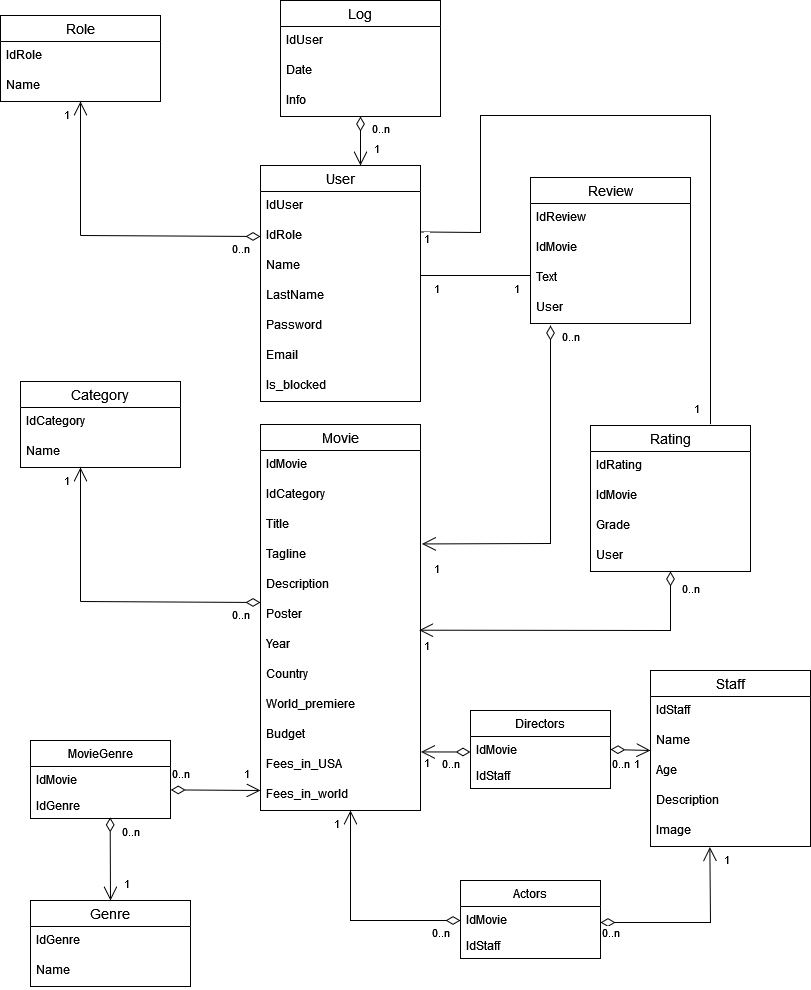
This is Pictures/normalized.png from VladislavLinevich/Database, a draw.io export, as it was before one commit. Source tidied: cells renumbered, new cells last; positions are measured from the earlier drawing's top-left corner, leaving out a move shared by most shapes.
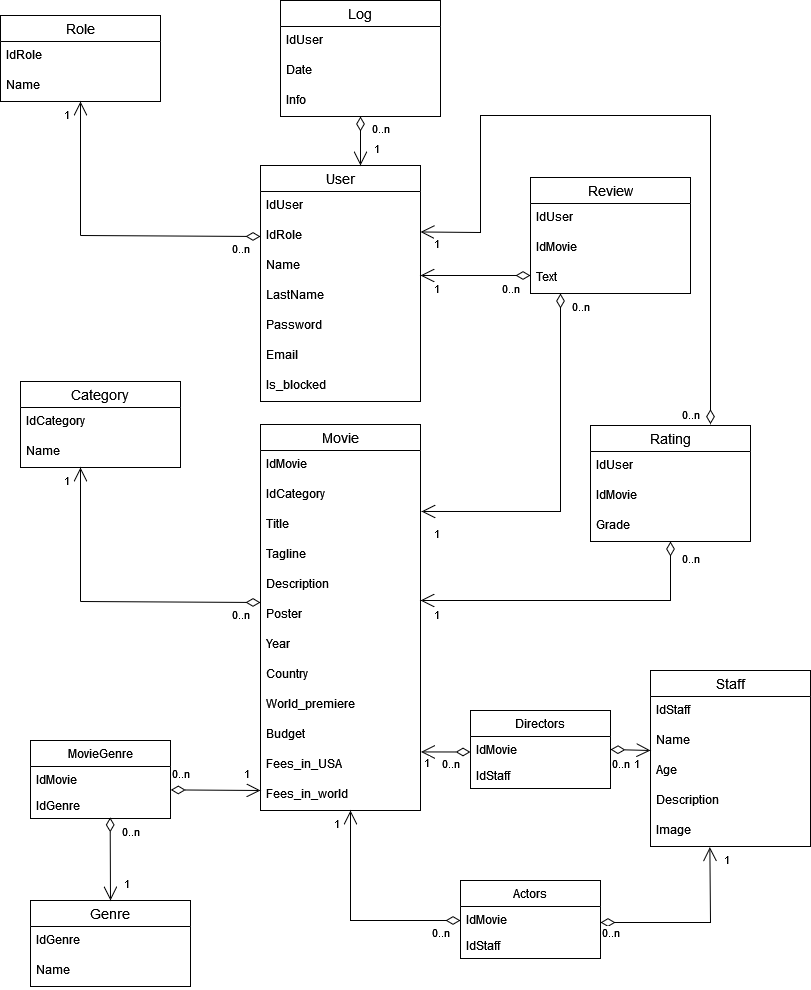
After the commit.

Change to the diagram source:
```diff
@@ -48,9 +48,9 @@
       <mxGeometry y="56" width="160" height="30" as="geometry" />
     </mxCell>
     <mxCell id="17" value="Review" style="swimlane;fontStyle=0;horizontal=1;startSize=26;align=center;fontSize=14;" parent="1" vertex="1">
-      <mxGeometry x="530" y="177" width="160" height="146" as="geometry" />
+      <mxGeometry x="530" y="177" width="160" height="116" as="geometry" />
     </mxCell>
-    <mxCell id="18" value="IdReview" style="text;strokeColor=none;fillColor=none;spacingLeft=4;spacingRight=4;overflow=hidden;fontSize=12;" parent="17" vertex="1">
+    <mxCell id="18" value="IdUser" style="text;strokeColor=none;fillColor=none;spacingLeft=4;spacingRight=4;overflow=hidden;fontSize=12;" parent="17" vertex="1">
       <mxGeometry y="26" width="160" height="30" as="geometry" />
     </mxCell>
     <mxCell id="19" value="IdMovie" style="text;strokeColor=none;fillColor=none;spacingLeft=4;spacingRight=4;overflow=hidden;fontSize=12;" parent="17" vertex="1">
@@ -59,13 +59,10 @@
     <mxCell id="20" value="Text" style="text;strokeColor=none;fillColor=none;spacingLeft=4;spacingRight=4;overflow=hidden;fontSize=12;" parent="17" vertex="1">
       <mxGeometry y="86" width="160" height="30" as="geometry" />
     </mxCell>
-    <mxCell id="21" value="User" style="text;strokeColor=none;fillColor=none;spacingLeft=4;spacingRight=4;overflow=hidden;fontSize=12;" parent="17" vertex="1">
-      <mxGeometry y="116" width="160" height="30" as="geometry" />
-    </mxCell>
     <mxCell id="22" value="Rating" style="swimlane;fontStyle=0;horizontal=1;startSize=26;align=center;fontSize=14;" parent="1" vertex="1">
-      <mxGeometry x="590" y="425" width="160" height="146" as="geometry" />
+      <mxGeometry x="590" y="425" width="160" height="116" as="geometry" />
     </mxCell>
-    <mxCell id="23" value="IdRating" style="text;strokeColor=none;fillColor=none;spacingLeft=4;spacingRight=4;overflow=hidden;fontSize=12;" parent="22" vertex="1">
+    <mxCell id="23" value="IdUser" style="text;strokeColor=none;fillColor=none;spacingLeft=4;spacingRight=4;overflow=hidden;fontSize=12;" parent="22" vertex="1">
       <mxGeometry y="26" width="160" height="30" as="geometry" />
     </mxCell>
     <mxCell id="24" value="IdMovie" style="text;strokeColor=none;fillColor=none;spacingLeft=4;spacingRight=4;overflow=hidden;fontSize=12;" parent="22" vertex="1">
@@ -74,9 +71,6 @@
     <mxCell id="25" value="Grade" style="text;strokeColor=none;fillColor=none;spacingLeft=4;spacingRight=4;overflow=hidden;fontSize=12;" parent="22" vertex="1">
       <mxGeometry y="86" width="160" height="30" as="geometry" />
     </mxCell>
-    <mxCell id="26" value="User" style="text;strokeColor=none;fillColor=none;spacingLeft=4;spacingRight=4;overflow=hidden;fontSize=12;" parent="22" vertex="1">
-      <mxGeometry y="116" width="160" height="30" as="geometry" />
-    </mxCell>
     <mxCell id="27" value="Movie" style="swimlane;fontStyle=0;horizontal=1;startSize=26;align=center;fontSize=14;" parent="1" vertex="1">
       <mxGeometry x="260" y="424" width="160" height="386" as="geometry" />
     </mxCell>
@@ -195,22 +189,22 @@
     <mxCell id="62" value="0..n" style="edgeLabel;html=1;align=left;verticalAlign=top;" parent="1" vertex="1">
       <mxGeometry x="230" y="601" as="geometry" />
     </mxCell>
-    <mxCell id="63" style="endArrow=diamondThin;endFill=0;endSize=12;html=1;rounded=0;fontSize=11;exitX=1.009;exitY=0.115;exitDx=0;exitDy=0;exitPerimeter=0;startArrow=open;startFill=0;startSize=12;" parent="1" edge="1" source="31">
+    <mxCell id="63" style="endArrow=diamondThin;endFill=0;endSize=12;html=1;rounded=0;fontSize=11;startArrow=open;startFill=0;startSize=12;exitX=1.006;exitY=0.033;exitDx=0;exitDy=0;exitPerimeter=0;" parent="1" edge="1" source="30">
       <mxGeometry relative="1" as="geometry">
-        <mxPoint x="550" y="325" as="targetPoint" />
+        <mxPoint x="560" y="293" as="targetPoint" />
         <Array as="points">
-          <mxPoint x="550" y="543" />
-          <mxPoint x="550" y="325" />
+          <mxPoint x="560" y="511" />
+          <mxPoint x="560" y="293" />
         </Array>
       </mxGeometry>
     </mxCell>
     <mxCell id="64" value="1" style="edgeLabel;html=1;align=right;verticalAlign=top;" parent="1" vertex="1">
-      <mxGeometry x="440" y="555" as="geometry" />
+      <mxGeometry x="440" y="520" as="geometry" />
     </mxCell>
     <mxCell id="65" value="0..n" style="edgeLabel;html=1;align=left;verticalAlign=top;" parent="1" vertex="1">
-      <mxGeometry x="560" y="323" as="geometry" />
+      <mxGeometry x="570" y="293" as="geometry" />
     </mxCell>
-    <mxCell id="66" style="endArrow=none;endFill=0;endSize=12;html=1;rounded=0;fontSize=11;sourcePerimeterSpacing=6;targetPerimeterSpacing=12;" parent="1" edge="1">
+    <mxCell id="66" style="endArrow=diamondThin;endFill=0;endSize=12;html=1;rounded=0;fontSize=11;sourcePerimeterSpacing=0;targetPerimeterSpacing=0;startArrow=open;startFill=0;startSize=12;" parent="1" edge="1">
       <mxGeometry relative="1" as="geometry">
         <mxPoint x="420" y="275" as="sourcePoint" />
         <mxPoint x="530" y="275" as="targetPoint" />
@@ -219,16 +213,13 @@
     <mxCell id="67" value="1" style="edgeLabel;html=1;align=right;verticalAlign=top;" parent="1" vertex="1">
       <mxGeometry x="440" y="275" as="geometry" />
     </mxCell>
-    <mxCell id="68" value="1" style="edgeLabel;html=1;align=right;verticalAlign=top;" parent="1" vertex="1">
-      <mxGeometry x="520" y="275" as="geometry" />
-    </mxCell>
     <mxCell id="69" value="1" style="edgeLabel;html=1;align=right;verticalAlign=top;" parent="1" vertex="1">
-      <mxGeometry x="430" y="632" as="geometry" />
+      <mxGeometry x="440" y="601" as="geometry" />
     </mxCell>
     <mxCell id="70" value="0..n" style="edgeLabel;html=1;align=left;verticalAlign=top;" parent="1" vertex="1">
-      <mxGeometry x="680" y="575" as="geometry" />
+      <mxGeometry x="680" y="545" as="geometry" />
     </mxCell>
-    <mxCell id="71" style="endArrow=none;endFill=0;endSize=12;html=1;rounded=0;fontSize=11;sourcePerimeterSpacing=6;targetPerimeterSpacing=12;entryX=1;entryY=0.349;entryDx=0;entryDy=0;entryPerimeter=0;" parent="1" edge="1" target="4">
+    <mxCell id="71" style="endArrow=open;endFill=0;endSize=12;html=1;rounded=0;fontSize=11;sourcePerimeterSpacing=0;targetPerimeterSpacing=0;entryX=1;entryY=0.349;entryDx=0;entryDy=0;entryPerimeter=0;startSize=12;startArrow=diamondThin;startFill=0;" parent="1" edge="1" target="4">
       <mxGeometry relative="1" as="geometry">
         <mxPoint x="710" y="423.7" as="sourcePoint" />
         <Array as="points">
@@ -239,11 +230,8 @@
       </mxGeometry>
     </mxCell>
     <mxCell id="72" value="1" style="edgeLabel;html=1;align=right;verticalAlign=top;" parent="1" vertex="1">
-      <mxGeometry x="430" y="225" as="geometry" />
+      <mxGeometry x="440" y="230" as="geometry" />
     </mxCell>
-    <mxCell id="73" value="1" style="edgeLabel;html=1;align=right;verticalAlign=top;" parent="1" vertex="1">
-      <mxGeometry x="700" y="395" as="geometry" />
-    </mxCell>
     <mxCell id="74" value="Directors" style="swimlane;fontStyle=0;horizontal=1;startSize=26;fillColor=none;" parent="1" vertex="1">
       <mxGeometry x="470" y="710" width="140" height="78" as="geometry" />
     </mxCell>
@@ -253,12 +241,13 @@
     <mxCell id="76" value="IdStaff" style="text;strokeColor=none;fillColor=none;align=left;verticalAlign=top;spacingLeft=4;spacingRight=4;overflow=hidden;" parent="74" vertex="1">
       <mxGeometry y="52" width="140" height="26" as="geometry" />
     </mxCell>
-    <mxCell id="77" style="endArrow=diamondThin;endFill=0;endSize=12;html=1;rounded=0;fontSize=11;exitX=0.992;exitY=-0.01;exitDx=0;exitDy=0;exitPerimeter=0;startArrow=open;startFill=0;startSize=12;" parent="1" edge="1" source="34">
+    <mxCell id="77" style="endArrow=diamondThin;endFill=0;endSize=12;html=1;rounded=0;fontSize=11;startArrow=open;startFill=0;startSize=12;" parent="1" edge="1">
       <mxGeometry relative="1" as="geometry">
-        <mxPoint x="670" y="571" as="targetPoint" />
+        <mxPoint x="420" y="600" as="sourcePoint" />
+        <mxPoint x="670" y="541" as="targetPoint" />
         <Array as="points">
-          <mxPoint x="670" y="630" />
-          <mxPoint x="670" y="571" />
+          <mxPoint x="670" y="600" />
+          <mxPoint x="670" y="541" />
         </Array>
       </mxGeometry>
     </mxCell>
@@ -349,5 +338,11 @@
     <mxCell id="101" value="0..n" style="edgeLabel;html=1;align=left;verticalAlign=top;" parent="1" vertex="1">
       <mxGeometry x="120" y="818" as="geometry" />
     </mxCell>
+    <mxCell id="102" value="0..n" style="edgeLabel;html=1;align=left;verticalAlign=top;" parent="1" vertex="1">
+      <mxGeometry x="500" y="275" as="geometry" />
+    </mxCell>
+    <mxCell id="103" value="0..n" style="edgeLabel;html=1;align=left;verticalAlign=top;" parent="1" vertex="1">
+      <mxGeometry x="680" y="401" as="geometry" />
+    </mxCell>
   </root>
 </mxGraphModel>
```
